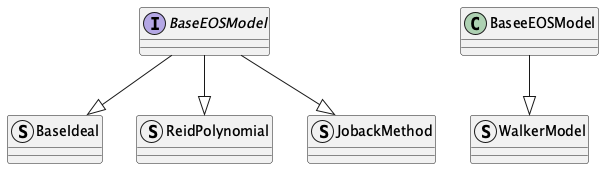
Before: thermo-module/thermo-packages/ideal_eos_class_diagram.png, a diagram exported from PlantUML (OSCPS-Project/OSCPS-UML). Source of this version:
```plantuml
@startuml ideal_eos_class_diagram

Interface BaseEOSModel {

}

Struct BaseIdeal {

}

Struct ReidPolynomial {

}

Struct JobackMethod {

}

Struct WalkerModel {

}

BaseEOSModel --|> BaseIdeal
BaseEOSModel --|> ReidPolynomial
BaseEOSModel --|> JobackMethod
BaseeEOSModel --|> WalkerModel

@enduml
```
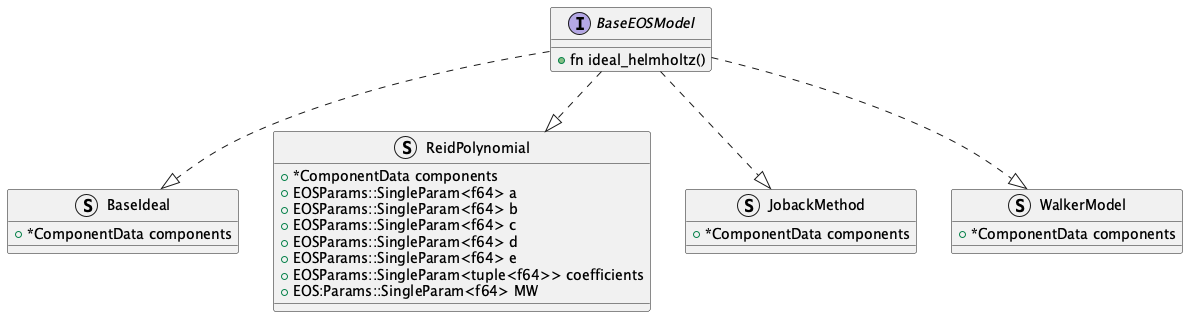
The same file after the commit.

Commit message:
switching to using svg files for the main UML diagram image

Diff of the diagram source:
```diff
@@ -1,28 +1,35 @@
 @startuml ideal_eos_class_diagram
 
 Interface BaseEOSModel {
-
+    + fn ideal_helmholtz()
 }
 
 Struct BaseIdeal {
-
+    + *ComponentData components
 }
 
 Struct ReidPolynomial {
-
+    + *ComponentData components
+    + EOSParams::SingleParam<f64> a
+    + EOSParams::SingleParam<f64> b
+    + EOSParams::SingleParam<f64> c
+    + EOSParams::SingleParam<f64> d
+    + EOSParams::SingleParam<f64> e
+    + EOSParams::SingleParam<tuple<f64>> coefficients
+    + EOS:Params::SingleParam<f64> MW
 }
 
 Struct JobackMethod {
-
+    + *ComponentData components
 }
 
 Struct WalkerModel {
-
+    + *ComponentData components
 }
 
-BaseEOSModel --|> BaseIdeal
-BaseEOSModel --|> ReidPolynomial
-BaseEOSModel --|> JobackMethod
-BaseeEOSModel --|> WalkerModel
+BaseEOSModel ..|> BaseIdeal
+BaseEOSModel ..|> ReidPolynomial
+BaseEOSModel ..|> JobackMethod
+BaseEOSModel ..|> WalkerModel
 
 @enduml
```
